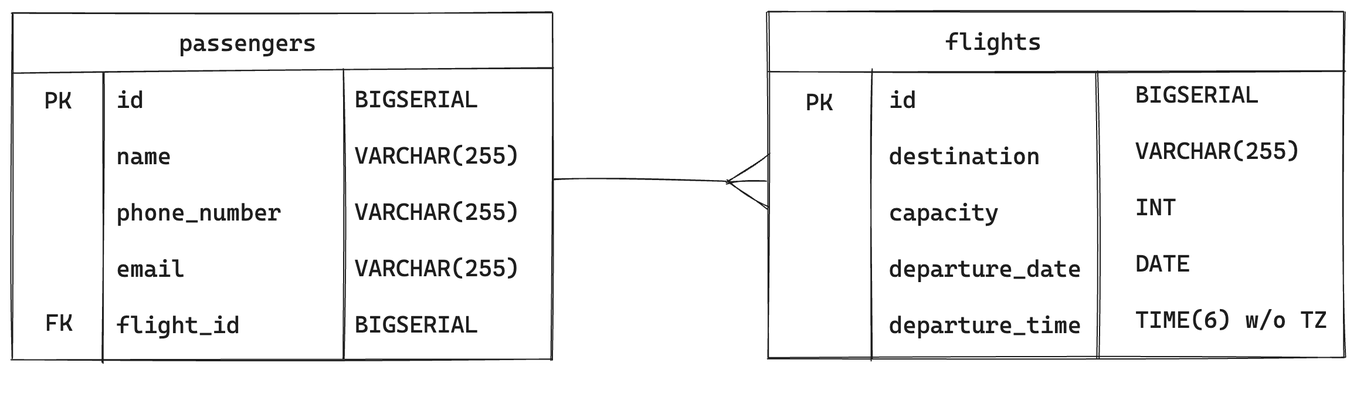
The Excalidraw diagram airline_ERD.png in Kibiko/airline, before a commit. Source tidied: one line per element, renumbered; positions are measured from the earlier drawing's top-left corner, leaving out a move shared by most shapes.
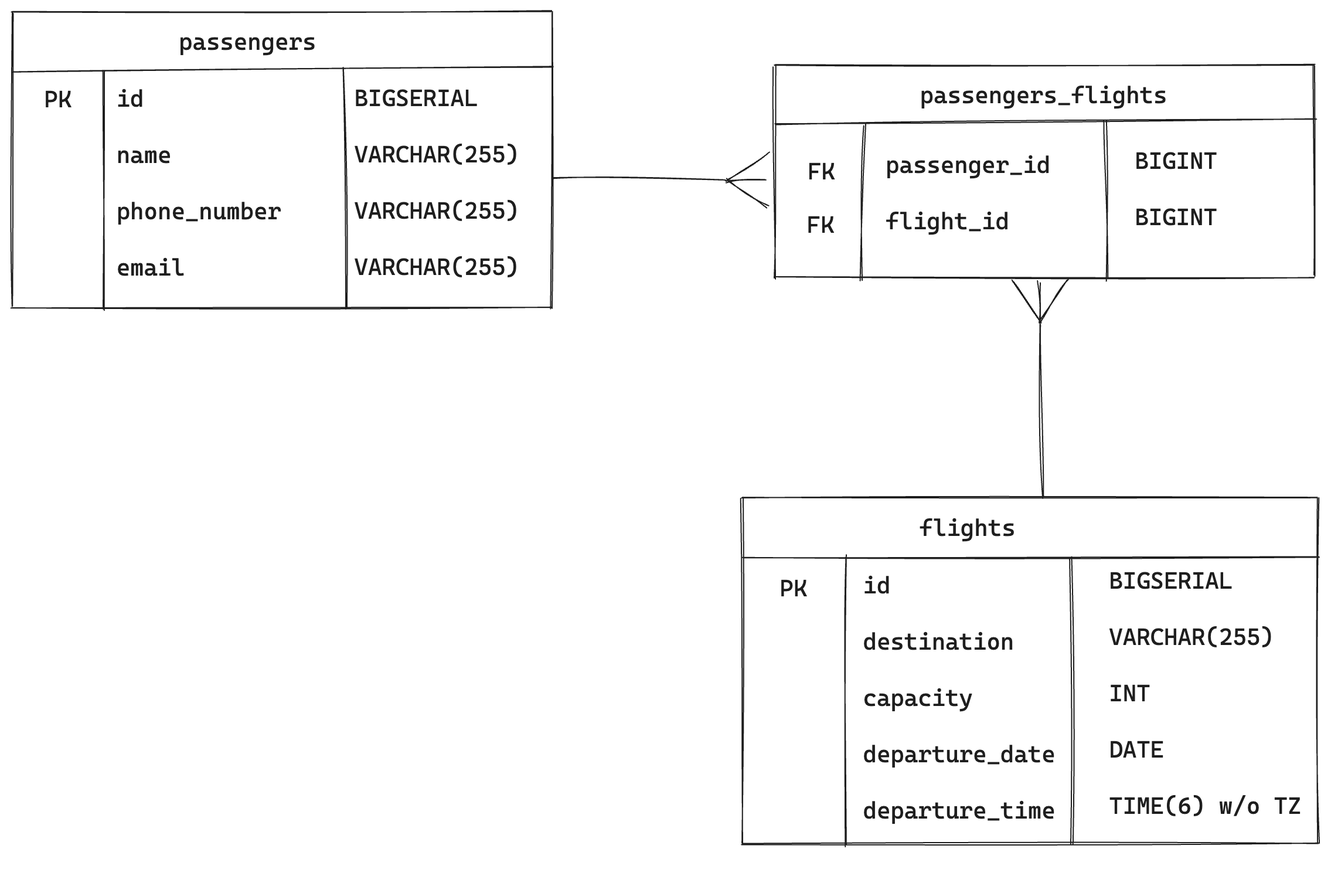
After the commit.

Commit message:
airline ERD corrected, TODO: enum destinations

The edit, as a diff of the source:
```diff
@@ -1,21 +1,33 @@
-{"id": 0, "type": "rectangle", "strokeColor": "#1e1e1e", "strokeWidth": 1, "roughness": 1, "x": 0, "y": 1, "width": 460, "height": 295}
+{"id": 0, "type": "rectangle", "strokeColor": "#1e1e1e", "strokeWidth": 1, "roughness": 1, "x": -493, "y": 1, "width": 460, "height": 252}
-{"id": 1, "type": "line", "strokeColor": "#1e1e1e", "strokeWidth": 1, "roughness": 1, "x": 1, "y": 52, "width": 461, "height": 4, "points": [[0, 0], [461, -4]]}
+{"id": 1, "type": "line", "strokeColor": "#1e1e1e", "strokeWidth": 1, "roughness": 1, "x": -493, "y": 52, "width": 461, "height": 4, "points": [[0, 0], [461, -4]]}
-{"id": 2, "type": "text", "text": "passengers", "strokeColor": "#1e1e1e", "strokeWidth": 1, "roughness": 1, "fontSize": 20, "fontFamily": 3, "x": 142, "y": 14, "width": 117, "height": 24}
+{"id": 2, "type": "text", "text": "passengers", "strokeColor": "#1e1e1e", "strokeWidth": 1, "roughness": 1, "fontSize": 20, "fontFamily": 3, "x": -351, "y": 13, "width": 117, "height": 24}
-{"id": 3, "type": "rectangle", "strokeColor": "#1e1e1e", "strokeWidth": 1, "roughness": 1, "x": 645, "y": 0, "width": 491, "height": 295}
+{"id": 3, "type": "rectangle", "strokeColor": "#1e1e1e", "strokeWidth": 1, "roughness": 1, "x": 129, "y": 415, "width": 491, "height": 295}
-{"id": 4, "type": "line", "strokeColor": "#1e1e1e", "strokeWidth": 1, "roughness": 1, "x": 645, "y": 51, "width": 491, "height": 0, "points": [[0, 0], [491, 0]]}
+{"id": 4, "type": "line", "strokeColor": "#1e1e1e", "strokeWidth": 1, "roughness": 1, "x": 130, "y": 466, "width": 491, "height": 0, "points": [[0, 0], [491, 0]]}
-{"id": 5, "type": "text", "text": "flights", "strokeColor": "#1e1e1e", "strokeWidth": 1, "roughness": 1, "fontSize": 20, "fontFamily": 3, "x": 796, "y": 13, "width": 82, "height": 24}
+{"id": 5, "type": "text", "text": "flights", "strokeColor": "#1e1e1e", "strokeWidth": 1, "roughness": 1, "fontSize": 20, "fontFamily": 3, "x": 280, "y": 428, "width": 82, "height": 24}
-{"id": 6, "type": "line", "strokeColor": "#1e1e1e", "strokeWidth": 1, "roughness": 1, "x": 77, "y": 52, "width": 1, "height": 247, "points": [[0, 0], [1, 247]]}
+{"id": 6, "type": "line", "strokeColor": "#1e1e1e", "strokeWidth": 1, "roughness": 1, "x": -417, "y": 52, "width": 2, "height": 202, "points": [[0, 0], [2, 202]]}
-{"id": 7, "type": "line", "strokeColor": "#1e1e1e", "strokeWidth": 1, "roughness": 1, "x": 282, "y": 50, "width": 1, "height": 247, "points": [[0, 0], [1, 247]]}
+{"id": 7, "type": "line", "strokeColor": "#1e1e1e", "strokeWidth": 1, "roughness": 1, "x": -211, "y": 49, "width": 3, "height": 205, "points": [[0, 0], [3, 205]]}
-{"id": 8, "type": "line", "strokeColor": "#1e1e1e", "strokeWidth": 1, "roughness": 1, "x": 732, "y": 50, "width": 1, "height": 247, "points": [[0, 0], [1, 247]]}
+{"id": 8, "type": "line", "strokeColor": "#1e1e1e", "strokeWidth": 1, "roughness": 1, "x": 217, "y": 465, "width": 1, "height": 247, "points": [[0, 0], [1, 247]]}
-{"id": 9, "type": "line", "strokeColor": "#1e1e1e", "strokeWidth": 1, "roughness": 1, "x": 926, "y": 50, "width": 1, "height": 247, "points": [[0, 0], [1, 247]]}
+{"id": 9, "type": "line", "strokeColor": "#1e1e1e", "strokeWidth": 1, "roughness": 1, "x": 410, "y": 465, "width": 1, "height": 247, "points": [[0, 0], [1, 247]]}
-{"id": 10, "type": "text", "text": "id\n\nname\n\nphone_number\n\nemail\n\nflight_id", "strokeColor": "#1e1e1e", "strokeWidth": 1, "roughness": 1, "fontSize": 20, "fontFamily": 3, "x": 89, "y": 62, "width": 141, "height": 216}
+{"id": 10, "type": "text", "text": "id\n\nname\n\nphone_number\n\nemail\n\n", "strokeColor": "#1e1e1e", "strokeWidth": 1, "roughness": 1, "fontSize": 20, "fontFamily": 3, "x": -404, "y": 62, "width": 141, "height": 216}
-{"id": 11, "type": "text", "text": "PK", "strokeColor": "#1e1e1e", "strokeWidth": 1, "roughness": 1, "fontSize": 20, "fontFamily": 3, "x": 27, "y": 63, "width": 23, "height": 24}
+{"id": 11, "type": "text", "text": "PK", "strokeColor": "#1e1e1e", "strokeWidth": 1, "roughness": 1, "fontSize": 20, "fontFamily": 3, "x": -466, "y": 62, "width": 23, "height": 24}
-{"id": 12, "type": "text", "text": "FK", "strokeColor": "#1e1e1e", "strokeWidth": 1, "roughness": 1, "fontSize": 20, "fontFamily": 3, "x": 28, "y": 252, "width": 23, "height": 24}
-{"id": 13, "type": "text", "text": "BIGSERIAL\n\nVARCHAR(255)\n\nVARCHAR(255)\n\nVARCHAR(255)\n\nBIGSERIAL", "strokeColor": "#1e1e1e", "strokeWidth": 1, "roughness": 1, "fontSize": 20, "fontFamily": 3, "x": 292, "y": 62, "width": 141, "height": 216}
+{"id": 13, "type": "text", "text": "BIGSERIAL\n\nVARCHAR(255)\n\nVARCHAR(255)\n\nVARCHAR(255)\n\n", "strokeColor": "#1e1e1e", "strokeWidth": 1, "roughness": 1, "fontSize": 20, "fontFamily": 3, "x": -201, "y": 61, "width": 141, "height": 216}
-{"id": 14, "type": "text", "text": "id\n\ndestination\n\ncapacity\n\ndeparture_date\n\ndeparture_time", "strokeColor": "#1e1e1e", "strokeWidth": 1, "roughness": 1, "fontSize": 20, "fontFamily": 3, "x": 748, "y": 62, "width": 164, "height": 216}
+{"id": 14, "type": "text", "text": "id\n\ndestination\n\ncapacity\n\ndeparture_date\n\ndeparture_time", "strokeColor": "#1e1e1e", "strokeWidth": 1, "roughness": 1, "fontSize": 20, "fontFamily": 3, "x": 232, "y": 477, "width": 164, "height": 216}
-{"id": 15, "type": "text", "text": "PK", "strokeColor": "#1e1e1e", "strokeWidth": 1, "roughness": 1, "fontSize": 20, "fontFamily": 3, "x": 677, "y": 64, "width": 23, "height": 24}
+{"id": 15, "type": "text", "text": "PK", "strokeColor": "#1e1e1e", "strokeWidth": 1, "roughness": 1, "fontSize": 20, "fontFamily": 3, "x": 161, "y": 479, "width": 23, "height": 24}
-{"id": 16, "type": "text", "text": "BIGSERIAL\n\nVARCHAR(255)\n\nINT\n\nDATE\n\nTIME(6) w/o TZ\n\n", "strokeColor": "#1e1e1e", "strokeWidth": 1, "roughness": 1, "fontSize": 20, "fontFamily": 3, "x": 958, "y": 57, "width": 164, "height": 264}
+{"id": 16, "type": "text", "text": "BIGSERIAL\n\nVARCHAR(255)\n\nINT\n\nDATE\n\nTIME(6) w/o TZ\n\n", "strokeColor": "#1e1e1e", "strokeWidth": 1, "roughness": 1, "fontSize": 20, "fontFamily": 3, "x": 442, "y": 472, "width": 164, "height": 264}
-{"id": 17, "type": "line", "strokeColor": "#1e1e1e", "strokeWidth": 1, "roughness": 1, "x": 460, "y": 143, "width": 149, "height": 1, "points": [[0, 0], [149, 1]]}
+{"id": 17, "type": "line", "strokeColor": "#1e1e1e", "strokeWidth": 1, "roughness": 1, "x": -33, "y": 143, "width": 149, "height": 1, "points": [[0, 0], [149, 1]]}
-{"id": 18, "type": "line", "strokeColor": "#1e1e1e", "strokeWidth": 1, "roughness": 1, "x": 610, "y": 145, "width": 36, "height": 23, "points": [[0, 0], [36, -23]]}
+{"id": 18, "type": "line", "strokeColor": "#1e1e1e", "strokeWidth": 1, "roughness": 1, "x": 117, "y": 144, "width": 36, "height": 23, "points": [[0, 0], [36, -23]]}
-{"id": 19, "type": "line", "strokeColor": "#1e1e1e", "strokeWidth": 1, "roughness": 1, "x": 608, "y": 145, "width": 35, "height": 0, "points": [[0, 0], [35, 0]]}
+{"id": 19, "type": "line", "strokeColor": "#1e1e1e", "strokeWidth": 1, "roughness": 1, "x": 114, "y": 145, "width": 35, "height": 0, "points": [[0, 0], [35, 0]]}
-{"id": 20, "type": "line", "strokeColor": "#1e1e1e", "strokeWidth": 1, "roughness": 1, "x": 611, "y": 144, "width": 34, "height": 24, "points": [[0, 0], [34, 24]]}
+{"id": 20, "type": "line", "strokeColor": "#1e1e1e", "strokeWidth": 1, "roughness": 1, "x": 117, "y": 144, "width": 34, "height": 24, "points": [[0, 0], [34, 24]]}
+{"id": 21, "type": "rectangle", "strokeColor": "#1e1e1e", "strokeWidth": 1, "roughness": 1, "x": 157, "y": 46, "width": 460, "height": 181}
+{"id": 22, "type": "line", "strokeColor": "#1e1e1e", "strokeWidth": 1, "roughness": 1, "x": 158, "y": 97, "width": 461, "height": 4, "points": [[0, 0], [461, -4]]}
+{"id": 23, "type": "text", "text": "passengers_flights", "strokeColor": "#1e1e1e", "strokeWidth": 1, "roughness": 1, "fontSize": 20, "fontFamily": 3, "x": 281, "y": 59, "width": 211, "height": 24}
+{"id": 24, "type": "line", "strokeColor": "#1e1e1e", "strokeWidth": 1, "roughness": 1, "x": 234, "y": 97, "width": 3, "height": 133, "points": [[0, 0], [-3, 133]]}
+{"id": 25, "type": "line", "strokeColor": "#1e1e1e", "strokeWidth": 1, "roughness": 1, "x": 439, "y": 94, "width": 1, "height": 135, "points": [[0, 0], [1, 135]]}
+{"id": 26, "type": "text", "text": "\n\npassenger_id\n\nflight_id", "strokeColor": "#1e1e1e", "strokeWidth": 1, "roughness": 1, "fontSize": 20, "fontFamily": 3, "x": 252, "y": 70, "width": 141, "height": 120}
+{"id": 27, "type": "text", "text": "FK", "strokeColor": "#1e1e1e", "strokeWidth": 1, "roughness": 1, "fontSize": 20, "fontFamily": 3, "x": 185, "y": 124, "width": 23, "height": 24}
+{"id": 28, "type": "text", "text": "\n\nBIGINT\n\nBIGINT", "strokeColor": "#1e1e1e", "strokeWidth": 1, "roughness": 1, "fontSize": 20, "fontFamily": 3, "x": 464, "y": 67, "width": 70, "height": 120}
+{"id": 29, "type": "text", "text": "FK", "strokeColor": "#1e1e1e", "strokeWidth": 1, "roughness": 1, "fontSize": 20, "fontFamily": 3, "x": 184, "y": 169, "width": 23, "height": 24}
+{"id": 30, "type": "line", "strokeColor": "#1e1e1e", "angle": 4.69, "strokeWidth": 1, "roughness": 1, "x": 310, "y": 340, "width": 149, "height": 1, "points": [[0, 0], [149, 1]]}
+{"id": 31, "type": "line", "strokeColor": "#1e1e1e", "angle": 4.69, "strokeWidth": 1, "roughness": 1, "x": 355, "y": 259, "width": 36, "height": 23, "points": [[0, 0], [36, -23]]}
+{"id": 32, "type": "line", "strokeColor": "#1e1e1e", "angle": 4.69, "strokeWidth": 1, "roughness": 1, "x": 364, "y": 249, "width": 35, "height": 0, "points": [[0, 0], [35, 0]]}
+{"id": 33, "type": "line", "strokeColor": "#1e1e1e", "angle": 4.69, "strokeWidth": 1, "roughness": 1, "x": 379, "y": 234, "width": 34, "height": 24, "points": [[0, 0], [34, 24]]}
```
